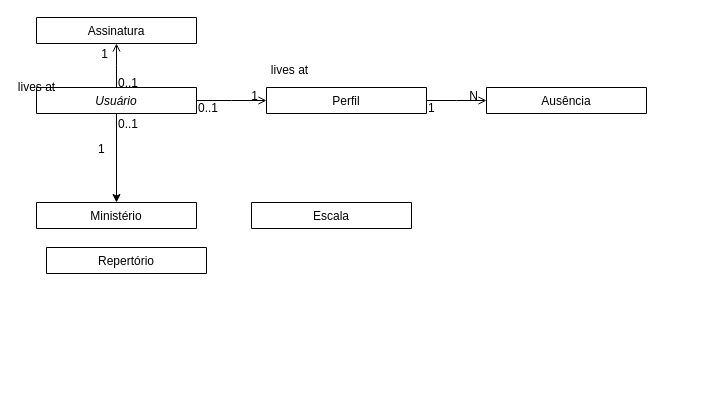
This is Diagrama sem nome.drawio from dan-freire/escalamm, a draw.io file, before an edit. Source tidied: cells renumbered, new cells numbered last; positions are measured from the earlier drawing's top-left corner, leaving out a move shared by most shapes. Both pictures are drawn from the tidied source at 100%, with x=0, y=0 at pixel (36, 17).
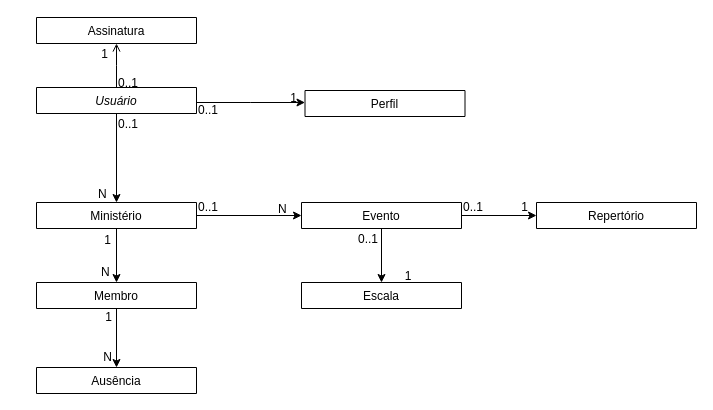
After the change.

Commit message:
Diagrama de classes

The change refers to these unchanged cells:
```xml
<mxCell id="3" value="Usuário" style="swimlane;fontStyle=2;align=center;verticalAlign=top;horizontal=1;startSize=26;rounded=0;shadow=0;strokeWidth=1;" parent="1" vertex="1" collapsed="1">
  <mxGeometry y="70" width="160" height="26" as="geometry" />
</mxCell>
<mxCell id="6" style="endArrow=open;shadow=0;strokeWidth=1;rounded=0;curved=0;endFill=1;edgeStyle=elbowEdgeStyle;elbow=vertical;" parent="1" edge="1" source="3" target="5">
  <mxGeometry x="0.5" y="41" relative="1" as="geometry">
    <mxPoint x="-40" y="32" as="offset" />
  </mxGeometry>
</mxCell>
<mxCell id="20" value="Ministério" style="swimlane;fontStyle=0;align=center;verticalAlign=top;horizontal=1;startSize=26;rounded=0;shadow=0;strokeWidth=1;" parent="1" vertex="1" collapsed="1">
  <mxGeometry y="185" width="160" height="26" as="geometry" />
</mxCell>
```

What changed in the source:
```diff
@@
     <mxCell id="4" value="Perfil" style="swimlane;fontStyle=0;align=center;verticalAlign=top;horizontal=1;startSize=26;rounded=0;shadow=0;strokeWidth=1;" parent="1" vertex="1" collapsed="1">
-      <mxGeometry x="230" y="70" width="160" height="26" as="geometry" />
+      <mxGeometry x="268.5" y="73" width="160" height="26" as="geometry" />
     </mxCell>
@@
-    <mxCell id="9" value="lives at" style="text;html=1;align=center;verticalAlign=middle;labelBackgroundColor=none;rounded=0;shadow=0;strokeWidth=1;fontSize=12;" parent="6" vertex="1">
-      <mxGeometry x="0.5" y="49" relative="1" as="geometry">
-        <mxPoint x="-32" y="32" as="offset" />
-      </mxGeometry>
-    </mxCell>
-    <mxCell id="10" style="endArrow=open;shadow=0;strokeWidth=1;rounded=0;curved=0;endFill=1;edgeStyle=elbowEdgeStyle;elbow=vertical;" parent="1" edge="1" source="3" target="4">
+    <mxCell id="10" style="endArrow=classic;shadow=0;strokeWidth=1;rounded=0;curved=0;endFill=1;edgeStyle=elbowEdgeStyle;elbow=vertical;" parent="1" edge="1" source="3" target="4">
       <mxGeometry x="0.5" y="41" relative="1" as="geometry">
         <mxPoint x="-40" y="32" as="offset" />
       </mxGeometry>
     </mxCell>
@@
-    <mxCell id="13" value="lives at" style="text;html=1;align=center;verticalAlign=middle;labelBackgroundColor=none;rounded=0;shadow=0;strokeWidth=1;fontSize=12;" parent="1" vertex="1">
-      <mxGeometry x="252" y="52" as="geometry" />
-    </mxCell>
     <mxCell id="14" value="Ausência" style="swimlane;fontStyle=0;align=center;verticalAlign=top;horizontal=1;startSize=26;rounded=0;shadow=0;strokeWidth=1;" parent="1" vertex="1" collapsed="1">
-      <mxGeometry x="450" y="70" width="160" height="26" as="geometry" />
+      <mxGeometry y="350" width="160" height="26" as="geometry" />
     </mxCell>
-    <mxCell id="15" style="endArrow=open;shadow=0;strokeWidth=1;rounded=0;curved=0;endFill=1;edgeStyle=elbowEdgeStyle;elbow=vertical;" parent="1" edge="1" source="4" target="14">
-      <mxGeometry x="0.5" y="41" relative="1" as="geometry">
-        <mxPoint x="-40" y="32" as="offset" />
-      </mxGeometry>
-    </mxCell>
-    <mxCell id="16" value="1" style="align=left;verticalAlign=bottom;labelBackgroundColor=none;fontSize=12;" parent="15" vertex="1">
-      <mxGeometry x="-1" relative="1" as="geometry">
-        <mxPoint y="16" as="offset" />
-      </mxGeometry>
-    </mxCell>
-    <mxCell id="17" value="N" style="align=right;verticalAlign=bottom;labelBackgroundColor=none;fontSize=12;" parent="15" vertex="1">
-      <mxGeometry x="1" relative="1" as="geometry">
-        <mxPoint x="-7" y="4" as="offset" />
-      </mxGeometry>
-    </mxCell>
+    <mxCell id="23" style="edgeStyle=orthogonalEdgeStyle;rounded=0;jettySize=auto;html=1;" parent="1" edge="1" source="18" target="14">
+      <mxGeometry relative="1" as="geometry" />
+    </mxCell>
-    <mxCell id="18" value="Escala" style="swimlane;fontStyle=0;align=center;verticalAlign=top;horizontal=1;startSize=26;rounded=0;shadow=0;strokeWidth=1;" parent="1" vertex="1" collapsed="1">
-      <mxGeometry x="215" y="185" width="160" height="26" as="geometry" />
+    <mxCell id="18" value="Membro" style="swimlane;fontStyle=0;align=center;verticalAlign=top;horizontal=1;startSize=26;rounded=0;shadow=0;strokeWidth=1;" parent="1" vertex="1" collapsed="1">
+      <mxGeometry y="265" width="160" height="26" as="geometry" />
     </mxCell>
-    <mxCell id="19" value="Repertório" style="swimlane;fontStyle=0;align=center;verticalAlign=top;horizontal=1;startSize=26;rounded=0;shadow=0;strokeWidth=1;" parent="1" vertex="1" collapsed="1">
-      <mxGeometry x="10" y="230" width="160" height="26" as="geometry" />
+    <mxCell id="19" value="Escala" style="swimlane;fontStyle=0;align=center;verticalAlign=top;horizontal=1;startSize=26;rounded=0;shadow=0;strokeWidth=1;" parent="1" vertex="1" collapsed="1">
+      <mxGeometry x="265" y="265" width="160" height="26" as="geometry" />
     </mxCell>
+    <mxCell id="24" style="edgeStyle=orthogonalEdgeStyle;rounded=0;jettySize=auto;html=1;" parent="1" edge="1" source="20" target="18">
+      <mxGeometry relative="1" as="geometry" />
+    </mxCell>
+    <mxCell id="25" style="edgeStyle=orthogonalEdgeStyle;rounded=0;jettySize=auto;html=1;" parent="1" edge="1" source="20" target="28">
+      <mxGeometry relative="1" as="geometry" />
+    </mxCell>
@@
-    <mxCell id="22" value="1" style="align=left;verticalAlign=bottom;labelBackgroundColor=none;fontSize=12;" parent="1" vertex="1">
-      <mxGeometry x="60" y="140" as="geometry" />
+    <mxCell id="22" value="N" style="align=left;verticalAlign=bottom;labelBackgroundColor=none;fontSize=12;" parent="1" vertex="1">
+      <mxGeometry x="60" y="185" as="geometry" />
     </mxCell>
+    <mxCell id="26" style="edgeStyle=orthogonalEdgeStyle;rounded=0;jettySize=auto;html=1;entryX=0.5;entryY=0;entryDx=0;entryDy=0;" parent="1" edge="1" source="28" target="19">
+      <mxGeometry relative="1" as="geometry" />
+    </mxCell>
+    <mxCell id="27" style="edgeStyle=orthogonalEdgeStyle;rounded=0;jettySize=auto;html=1;" parent="1" edge="1" source="28" target="33">
+      <mxGeometry relative="1" as="geometry" />
+    </mxCell>
+    <mxCell id="28" value="Evento" style="swimlane;fontStyle=0;align=center;verticalAlign=top;horizontal=1;startSize=26;rounded=0;shadow=0;strokeWidth=1;" parent="1" vertex="1" collapsed="1">
+      <mxGeometry x="265" y="185" width="160" height="26" as="geometry" />
+    </mxCell>
+    <mxCell id="29" value="0..1" style="align=left;verticalAlign=bottom;labelBackgroundColor=none;fontSize=12;" parent="1" vertex="1">
+      <mxGeometry x="160" y="198" as="geometry" />
+    </mxCell>
+    <mxCell id="30" value="N" style="align=left;verticalAlign=bottom;labelBackgroundColor=none;fontSize=12;" parent="1" vertex="1">
+      <mxGeometry x="240" y="200" as="geometry" />
+    </mxCell>
+    <mxCell id="31" value="1" style="align=right;verticalAlign=bottom;labelBackgroundColor=none;fontSize=12;" parent="1" vertex="1">
+      <mxGeometry x="78" y="50" as="geometry">
+        <mxPoint x="-2" y="181" as="offset" />
+      </mxGeometry>
+    </mxCell>
+    <mxCell id="32" value="N" style="align=left;verticalAlign=bottom;labelBackgroundColor=none;fontSize=12;" parent="1" vertex="1">
+      <mxGeometry x="245" y="140" as="geometry">
+        <mxPoint x="-182" y="123" as="offset" />
+      </mxGeometry>
+    </mxCell>
+    <mxCell id="33" value="Repertório" style="swimlane;fontStyle=0;align=center;verticalAlign=top;horizontal=1;startSize=26;rounded=0;shadow=0;strokeWidth=1;" parent="1" vertex="1" collapsed="1">
+      <mxGeometry x="500" y="185" width="160" height="26" as="geometry" />
+    </mxCell>
+    <mxCell id="34" value="1" style="align=right;verticalAlign=bottom;labelBackgroundColor=none;fontSize=12;" parent="1" vertex="1">
+      <mxGeometry x="79" y="127" as="geometry">
+        <mxPoint x="-2" y="181" as="offset" />
+      </mxGeometry>
+    </mxCell>
+    <mxCell id="17" value="N" style="align=right;verticalAlign=bottom;labelBackgroundColor=none;fontSize=12;" parent="1" vertex="1">
+      <mxGeometry x="79" y="167" as="geometry">
+        <mxPoint x="-2" y="181" as="offset" />
+      </mxGeometry>
+    </mxCell>
+    <mxCell id="35" value="1" style="align=right;verticalAlign=bottom;labelBackgroundColor=none;fontSize=12;" parent="1" vertex="1">
+      <mxGeometry x="378.5" y="86" as="geometry">
+        <mxPoint x="-2" y="181" as="offset" />
+      </mxGeometry>
+    </mxCell>
+    <mxCell id="36" value="0..1" style="align=left;verticalAlign=bottom;labelBackgroundColor=none;fontSize=12;" parent="1" vertex="1">
+      <mxGeometry x="320" y="230" as="geometry" />
+    </mxCell>
+    <mxCell id="37" value="0..1" style="align=left;verticalAlign=bottom;labelBackgroundColor=none;fontSize=12;" parent="1" vertex="1">
+      <mxGeometry x="425" y="198" as="geometry" />
+    </mxCell>
+    <mxCell id="38" value="1" style="align=right;verticalAlign=bottom;labelBackgroundColor=none;fontSize=12;" parent="1" vertex="1">
+      <mxGeometry x="495" y="17" as="geometry">
+        <mxPoint x="-2" y="181" as="offset" />
+      </mxGeometry>
+    </mxCell>
```
